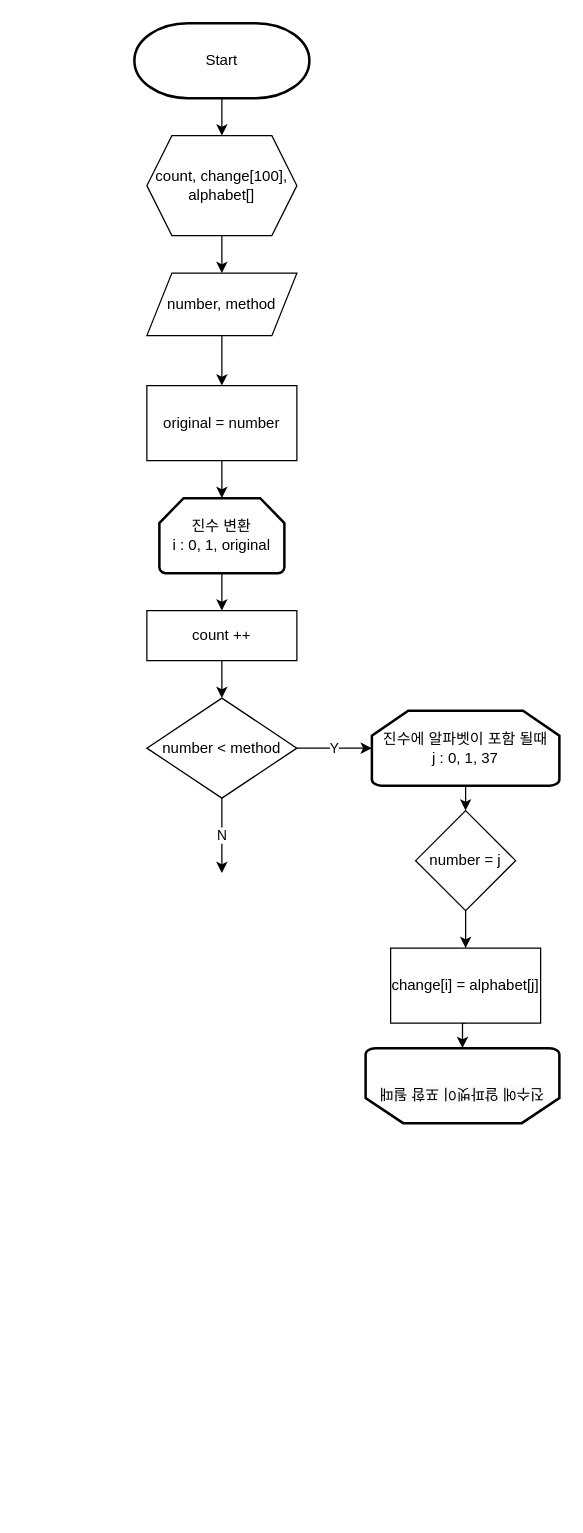
The draw.io diagram page "페이지-1" (1 of 2) of Project2/20230529_Q5.drawio in kangminjii/Project2, before the edit. Source tidied: cells renumbered, new cells numbered last; positions are measured from the earlier drawing's top-left corner, leaving out a move shared by most shapes. Both pictures are drawn from the tidied source at 125%, with x=0, y=0 at pixel (134, 22).
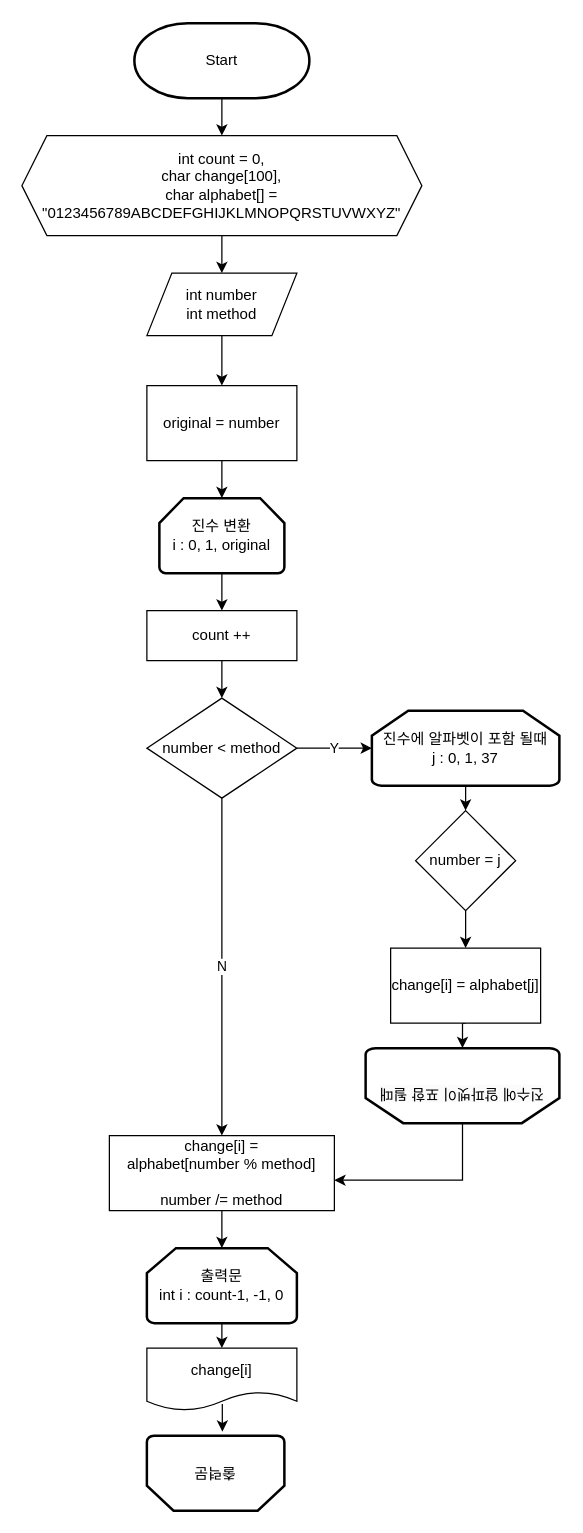
The same page after the edit.

The change refers to these unchanged cells:
```xml
<mxCell id="16" value="number &amp;lt; method" style="rhombus;whiteSpace=wrap;html=1;" parent="1" vertex="1">
  <mxGeometry x="10" y="540" width="120" height="80" as="geometry" />
</mxCell>
<mxCell id="23" value="&#10;&lt;span style=&quot;color: rgb(0, 0, 0); font-family: Helvetica; font-size: 12px; font-style: normal; font-variant-ligatures: normal; font-variant-caps: normal; font-weight: 400; letter-spacing: normal; orphans: 2; text-align: center; text-indent: 0px; text-transform: none; widows: 2; word-spacing: 0px; -webkit-text-stroke-width: 0px; background-color: rgb(251, 251, 251); text-decoration-thickness: initial; text-decoration-style: initial; text-decoration-color: initial; float: none; display: inline !important;&quot;&gt;진수에 알파벳이 포함 될때&lt;/span&gt;&#10;&#10;" style="strokeWidth=2;html=1;shape=mxgraph.flowchart.loop_limit;whiteSpace=wrap;rotation=-180;" parent="1" vertex="1">
  <mxGeometry x="185" y="820" width="155" height="60" as="geometry" />
</mxCell>
```

What changed in the source:
```diff
@@
-    <mxCell id="2" value="number, method" style="shape=parallelogram;perimeter=parallelogramPerimeter;whiteSpace=wrap;html=1;fixedSize=1;" parent="1" vertex="1">
+    <mxCell id="2" value="int number &lt;br&gt;int method" style="shape=parallelogram;perimeter=parallelogramPerimeter;whiteSpace=wrap;html=1;fixedSize=1;" parent="1" vertex="1">
       <mxGeometry x="10" y="200" width="120" height="50" as="geometry" />
     </mxCell>
@@
-    <mxCell id="7" value="count, change[100],&lt;br&gt;alphabet[]" style="shape=hexagon;perimeter=hexagonPerimeter2;whiteSpace=wrap;html=1;fixedSize=1;" parent="1" vertex="1">
-      <mxGeometry x="10" y="90" width="120" height="80" as="geometry" />
+    <mxCell id="7" value="int count = 0,&lt;br&gt;char change[100],&lt;br&gt;char alphabet[] = &quot;0123456789ABCDEFGHIJKLMNOPQRSTUVWXYZ&quot;" style="shape=hexagon;perimeter=hexagonPerimeter2;whiteSpace=wrap;html=1;fixedSize=1;" parent="1" vertex="1">
+      <mxGeometry x="-90" y="90" width="320" height="80" as="geometry" />
     </mxCell>
@@
-    <mxCell id="14" value="N" style="edgeStyle=orthogonalEdgeStyle;rounded=0;jettySize=auto;html=1;exitX=0.5;exitY=1;exitDx=0;exitDy=0;" parent="1" edge="1" source="16">
-      <mxGeometry relative="1" as="geometry">
-        <mxPoint x="70" y="680" as="targetPoint" />
-      </mxGeometry>
+    <mxCell id="14" value="N" style="edgeStyle=orthogonalEdgeStyle;rounded=0;jettySize=auto;html=1;exitX=0.5;exitY=1;exitDx=0;exitDy=0;entryX=0.5;entryY=0;entryDx=0;entryDy=0;" parent="1" edge="1" source="16" target="26">
+      <mxGeometry relative="1" as="geometry" />
     </mxCell>
@@
+    <mxCell id="24" style="edgeStyle=orthogonalEdgeStyle;rounded=0;jettySize=auto;html=1;exitX=0.5;exitY=0;exitDx=0;exitDy=0;exitPerimeter=0;entryX=1;entryY=0.594;entryDx=0;entryDy=0;entryPerimeter=0;" parent="1" edge="1" source="23" target="26">
+      <mxGeometry relative="1" as="geometry" />
+    </mxCell>
@@
+    <mxCell id="25" style="edgeStyle=orthogonalEdgeStyle;rounded=0;jettySize=auto;html=1;exitX=0.5;exitY=1;exitDx=0;exitDy=0;entryX=0.5;entryY=0;entryDx=0;entryDy=0;entryPerimeter=0;" parent="1" edge="1" source="26" target="28">
+      <mxGeometry relative="1" as="geometry" />
+    </mxCell>
+    <mxCell id="26" value="change[i] = &lt;br&gt;alphabet[number % method]&lt;br&gt;&lt;br&gt;number /= method" style="rounded=0;whiteSpace=wrap;html=1;" parent="1" vertex="1">
+      <mxGeometry x="-20" y="890" width="180" height="60" as="geometry" />
+    </mxCell>
+    <mxCell id="27" style="edgeStyle=orthogonalEdgeStyle;rounded=0;jettySize=auto;html=1;exitX=0.5;exitY=1;exitDx=0;exitDy=0;exitPerimeter=0;entryX=0.5;entryY=0;entryDx=0;entryDy=0;" parent="1" edge="1" source="28" target="29">
+      <mxGeometry relative="1" as="geometry" />
+    </mxCell>
+    <mxCell id="28" value="출력문&lt;br&gt;int i : count-1, -1, 0" style="strokeWidth=2;html=1;shape=mxgraph.flowchart.loop_limit;whiteSpace=wrap;" parent="1" vertex="1">
+      <mxGeometry x="10" y="980" width="120" height="60" as="geometry" />
+    </mxCell>
+    <mxCell id="29" value="change[i]" style="shape=document;whiteSpace=wrap;html=1;boundedLbl=1;" parent="1" vertex="1">
+      <mxGeometry x="10" y="1060" width="120" height="50" as="geometry" />
+    </mxCell>
+    <mxCell id="30" value="출력문" style="strokeWidth=2;html=1;shape=mxgraph.flowchart.loop_limit;whiteSpace=wrap;rotation=-180;" parent="1" vertex="1">
+      <mxGeometry x="10" y="1130" width="110" height="60" as="geometry" />
+    </mxCell>
+    <mxCell id="31" style="endArrow=classic;html=1;rounded=0;exitX=0.503;exitY=0.895;exitDx=0;exitDy=0;exitPerimeter=0;entryX=0.451;entryY=1.053;entryDx=0;entryDy=0;entryPerimeter=0;" parent="1" edge="1" source="29" target="30">
+      <mxGeometry relative="1" as="geometry" />
+    </mxCell>
```
